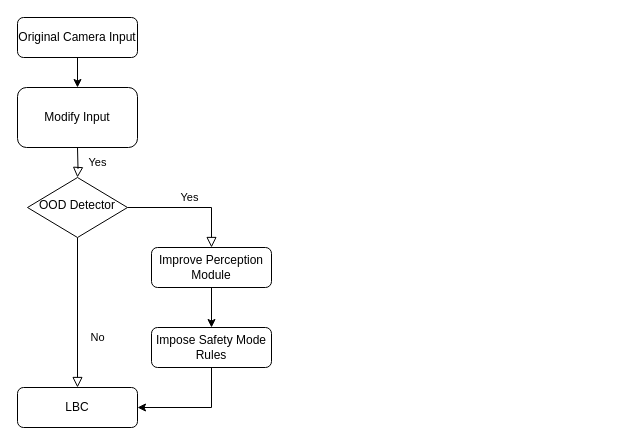
This is ECE542.drawio from zihengjackchen/OOD-Detection-and-Fallback-for-AV, a draw.io file, before an edit. Source tidied: cells renumbered, new cells numbered last; positions are measured from the earlier drawing's top-left corner, leaving out a move shared by most shapes. Both pictures are drawn from the tidied source at 100%, with x=0, y=0 at pixel (17, 17).
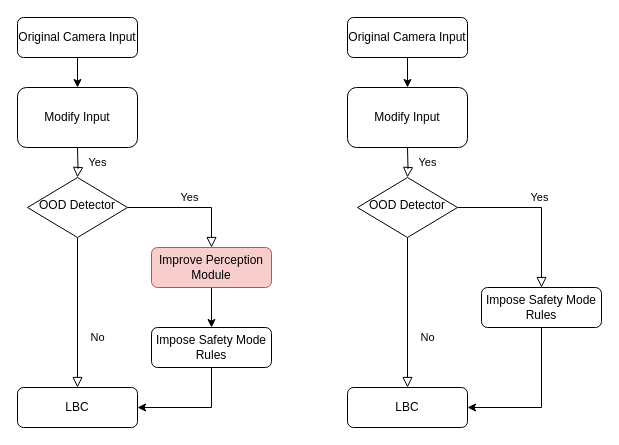
Above is the later version.

Diff of the diagram source:
```diff
@@
-    <mxCell id="10" value="Improve Perception Module" style="rounded=1;whiteSpace=wrap;html=1;fontSize=12;glass=0;strokeWidth=1;shadow=0;" parent="1" vertex="1">
+    <mxCell id="10" value="Improve Perception Module" style="rounded=1;whiteSpace=wrap;html=1;fontSize=12;glass=0;strokeWidth=1;shadow=0;fillColor=#f8cecc;strokeColor=#b85450;" parent="1" vertex="1">
       <mxGeometry x="134" y="230" width="120" height="40" as="geometry" />
     </mxCell>
@@
+    <mxCell id="14" style="edgeStyle=orthogonalEdgeStyle;rounded=0;jettySize=auto;html=1;entryX=0.5;entryY=0;entryDx=0;entryDy=0;" parent="1" edge="1" source="15" target="21">
+      <mxGeometry relative="1" as="geometry" />
+    </mxCell>
+    <mxCell id="15" value="Original Camera Input" style="rounded=1;whiteSpace=wrap;html=1;fontSize=12;glass=0;strokeWidth=1;shadow=0;" parent="1" vertex="1">
+      <mxGeometry x="330" width="120" height="40" as="geometry" />
+    </mxCell>
+    <mxCell id="16" value="Yes" style="rounded=0;html=1;jettySize=auto;fontSize=11;endArrow=block;endFill=0;endSize=8;strokeWidth=1;shadow=0;labelBackgroundColor=none;edgeStyle=orthogonalEdgeStyle;" parent="1" edge="1" target="19">
+      <mxGeometry y="20" relative="1" as="geometry">
+        <mxPoint x="390" y="130" as="sourcePoint" />
+      </mxGeometry>
+    </mxCell>
+    <mxCell id="17" value="No" style="rounded=0;html=1;jettySize=auto;fontSize=11;endArrow=block;endFill=0;endSize=8;strokeWidth=1;shadow=0;labelBackgroundColor=none;edgeStyle=orthogonalEdgeStyle;" parent="1" edge="1" source="19" target="20">
+      <mxGeometry x="0.33" y="20" relative="1" as="geometry" />
+    </mxCell>
+    <mxCell id="18" value="Yes" style="edgeStyle=orthogonalEdgeStyle;rounded=0;html=1;jettySize=auto;fontSize=11;endArrow=block;endFill=0;endSize=8;strokeWidth=1;shadow=0;labelBackgroundColor=none;entryX=0.5;entryY=0;entryDx=0;entryDy=0;" parent="1" edge="1" source="19" target="23">
+      <mxGeometry y="10" relative="1" as="geometry" />
+    </mxCell>
+    <mxCell id="19" value="OOD Detector" style="rhombus;whiteSpace=wrap;html=1;shadow=0;fontFamily=Helvetica;fontSize=12;align=center;strokeWidth=1;spacing=6;spacingTop=-4;" parent="1" vertex="1">
+      <mxGeometry x="340" y="160" width="100" height="60" as="geometry" />
+    </mxCell>
+    <mxCell id="20" value="LBC" style="rounded=1;whiteSpace=wrap;html=1;fontSize=12;glass=0;strokeWidth=1;shadow=0;" parent="1" vertex="1">
+      <mxGeometry x="330" y="370" width="120" height="40" as="geometry" />
+    </mxCell>
+    <mxCell id="21" value="Modify Input" style="rounded=1;whiteSpace=wrap;html=1;" parent="1" vertex="1">
+      <mxGeometry x="330" y="70" width="120" height="60" as="geometry" />
+    </mxCell>
+    <mxCell id="22" style="edgeStyle=orthogonalEdgeStyle;rounded=0;jettySize=auto;html=1;exitX=0.5;exitY=1;exitDx=0;exitDy=0;entryX=1;entryY=0.5;entryDx=0;entryDy=0;" parent="1" edge="1" source="23" target="20">
+      <mxGeometry relative="1" as="geometry" />
+    </mxCell>
+    <mxCell id="23" value="Impose Safety Mode Rules" style="rounded=1;whiteSpace=wrap;html=1;fontSize=12;glass=0;strokeWidth=1;shadow=0;" parent="1" vertex="1">
+      <mxGeometry x="464" y="270" width="120" height="40" as="geometry" />
+    </mxCell>
```
